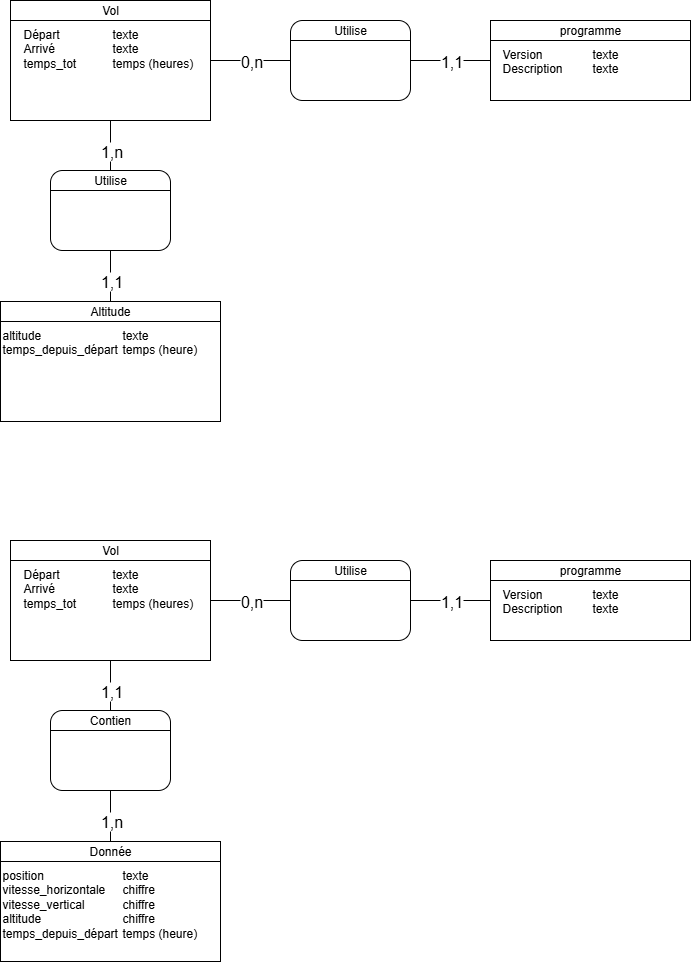
Before: docs/MCD/images.png, a diagram exported from draw.io (amaelrochat/MA-Metier_auto-pilot). Source tidied: cells renumbered, new cells last; positions are measured from the earlier drawing's top-left corner, leaving out a move shared by most shapes.
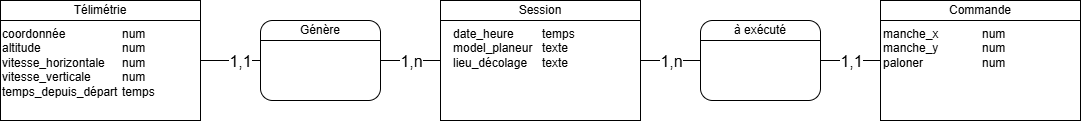
Later version of the same file.

Diff of the diagram source:
```diff
@@ -3,176 +3,90 @@
     <mxCell id="0" />
     <mxCell id="1" parent="0" />
     <mxCell id="2" value="&lt;div style=&quot;box-sizing: border-box ; width: 100% ; padding: 2px&quot;&gt;&lt;br&gt;&lt;/div&gt;" style="verticalAlign=top;align=center;overflow=fill;html=1;rounded=0;shadow=0;comic=0;labelBackgroundColor=none;strokeColor=#000000;strokeWidth=1;fillColor=#ffffff;fontFamily=Verdana;fontSize=12;fontColor=#000000;" parent="1" vertex="1">
-      <mxGeometry x="10" width="200" height="120" as="geometry" />
+      <mxGeometry x="360" y="-20" width="200" height="120" as="geometry" />
     </mxCell>
-    <mxCell id="3" style="edgeStyle=orthogonalEdgeStyle;html=1;labelBackgroundColor=none;startArrow=none;endArrow=none;fontFamily=Verdana;fontSize=12;align=left;exitX=1;exitY=0.5;exitDx=0;exitDy=0;entryX=0;entryY=0.5;entryDx=0;entryDy=0;startFill=0;endFill=0;rounded=0;" parent="1" edge="1" source="2" target="5">
-      <mxGeometry relative="1" as="geometry" />
-    </mxCell>
-    <mxCell id="4" value="0,n" style="text;html=1;align=center;verticalAlign=middle;labelBackgroundColor=#ffffff;direction=south;fontSize=16;" parent="3" vertex="1">
-      <mxGeometry x="-0.77" y="-1" relative="1" as="geometry">
-        <mxPoint x="31" y="-1" as="offset" />
-      </mxGeometry>
-    </mxCell>
-    <mxCell id="5" value="&lt;div style=&quot;box-sizing: border-box ; width: 100% ; padding: 2px&quot;&gt;&lt;br&gt;&lt;/div&gt;" style="verticalAlign=top;align=center;overflow=fill;html=1;rounded=1;shadow=0;comic=0;labelBackgroundColor=none;strokeColor=#000000;strokeWidth=1;fillColor=#ffffff;fontFamily=Verdana;fontSize=12;fontColor=#000000;" parent="1" vertex="1">
-      <mxGeometry x="290" y="20" width="120" height="80" as="geometry" />
-    </mxCell>
-    <mxCell id="6" style="edgeStyle=orthogonalEdgeStyle;rounded=0;jettySize=auto;html=1;startArrow=none;startFill=0;endArrow=none;endFill=0;" parent="1" edge="1" source="8" target="5">
-      <mxGeometry relative="1" as="geometry" />
-    </mxCell>
-    <mxCell id="7" value="1,1" style="text;html=1;align=center;verticalAlign=middle;labelBackgroundColor=#ffffff;fontSize=16;" parent="6" vertex="1">
-      <mxGeometry x="-0.65" relative="1" as="geometry">
-        <mxPoint x="-26" as="offset" />
-      </mxGeometry>
-    </mxCell>
-    <mxCell id="8" value="&lt;div style=&quot;box-sizing: border-box ; width: 100% ; padding: 2px&quot;&gt;&lt;br&gt;&lt;/div&gt;" style="verticalAlign=top;align=center;overflow=fill;html=1;rounded=0;shadow=0;comic=0;labelBackgroundColor=none;strokeColor=#000000;strokeWidth=1;fillColor=#ffffff;fontFamily=Verdana;fontSize=12;fontColor=#000000;" parent="1" vertex="1">
-      <mxGeometry x="490" y="20" width="200" height="80" as="geometry" />
-    </mxCell>
-    <mxCell id="9" value="Vol" style="rounded=0;whiteSpace=wrap;html=1;" parent="1" vertex="1">
-      <mxGeometry x="10" width="200" height="20" as="geometry" />
+    <mxCell id="9" value="Session" style="rounded=0;whiteSpace=wrap;html=1;" parent="1" vertex="1">
+      <mxGeometry x="360" y="-20" width="200" height="20" as="geometry" />
     </mxCell>
-    <mxCell id="10" value="programme" style="rounded=0;whiteSpace=wrap;html=1;" parent="1" vertex="1">
-      <mxGeometry x="490" y="20" width="200" height="20" as="geometry" />
-    </mxCell>
-    <mxCell id="11" value="Départ&lt;div&gt;Arrivé&lt;br&gt;&lt;/div&gt;&lt;div&gt;temps_tot&lt;/div&gt;" style="text;html=1;strokeColor=none;fillColor=none;align=left;verticalAlign=top;whiteSpace=wrap;rounded=0;" parent="1" vertex="1">
-      <mxGeometry x="21" y="20" width="90" height="90" as="geometry" />
+    <mxCell id="11" value="date_heure&lt;br&gt;model_planeur&lt;div&gt;lieu_décolage&lt;/div&gt;" style="text;html=1;strokeColor=none;fillColor=none;align=left;verticalAlign=top;whiteSpace=wrap;rounded=0;" parent="1" vertex="1">
+      <mxGeometry x="371" width="90" height="90" as="geometry" />
     </mxCell>
-    <mxCell id="12" value="texte&lt;div&gt;texte&lt;/div&gt;&lt;div&gt;temps (heures)&lt;/div&gt;" style="text;html=1;strokeColor=none;fillColor=none;align=left;verticalAlign=top;whiteSpace=wrap;rounded=0;" parent="1" vertex="1">
-      <mxGeometry x="110" y="20" width="100" height="80" as="geometry" />
+    <mxCell id="12" value="temps&lt;br&gt;&lt;div&gt;texte&lt;/div&gt;&lt;div&gt;texte&lt;/div&gt;" style="text;html=1;strokeColor=none;fillColor=none;align=left;verticalAlign=top;whiteSpace=wrap;rounded=0;" parent="1" vertex="1">
+      <mxGeometry x="460" width="97" height="80" as="geometry" />
     </mxCell>
-    <mxCell id="13" value="Version&lt;div&gt;Description&lt;/div&gt;" style="text;html=1;strokeColor=none;fillColor=none;align=left;verticalAlign=top;whiteSpace=wrap;rounded=0;" parent="1" vertex="1">
-      <mxGeometry x="500" y="40" width="90" height="20" as="geometry" />
-    </mxCell>
-    <mxCell id="14" value="texte&lt;div&gt;texte&lt;/div&gt;" style="text;html=1;strokeColor=none;fillColor=none;align=left;verticalAlign=top;whiteSpace=wrap;rounded=0;" parent="1" vertex="1">
-      <mxGeometry x="590" y="40" width="100" height="20" as="geometry" />
-    </mxCell>
-    <mxCell id="15" style="endArrow=none;html=1;entryX=1;entryY=0.25;entryDx=0;entryDy=0;exitX=0;exitY=0.25;exitDx=0;exitDy=0;" parent="1" edge="1" source="5" target="5">
-      <mxGeometry relative="1" as="geometry" />
-    </mxCell>
-    <mxCell id="16" value="Utilise" style="text;html=1;strokeColor=none;fillColor=none;align=center;verticalAlign=middle;whiteSpace=wrap;rounded=0;" parent="1" vertex="1">
-      <mxGeometry x="290" y="20" width="120" height="20" as="geometry" />
-    </mxCell>
     <mxCell id="17" value="&lt;div style=&quot;box-sizing: border-box ; width: 100% ; padding: 2px&quot;&gt;&lt;br&gt;&lt;/div&gt;" style="verticalAlign=top;align=center;overflow=fill;html=1;rounded=0;shadow=0;comic=0;labelBackgroundColor=none;strokeColor=#000000;strokeWidth=1;fillColor=#ffffff;fontFamily=Verdana;fontSize=12;fontColor=#000000;" parent="1" vertex="1">
-      <mxGeometry y="301" width="220" height="120" as="geometry" />
+      <mxGeometry x="-80" y="-20" width="200" height="120" as="geometry" />
     </mxCell>
-    <mxCell id="18" style="edgeStyle=orthogonalEdgeStyle;html=1;labelBackgroundColor=none;startArrow=none;endArrow=none;fontFamily=Verdana;fontSize=12;align=left;exitX=0.5;exitY=0;exitDx=0;exitDy=0;entryX=0.5;entryY=1;entryDx=0;entryDy=0;startFill=0;endFill=0;rounded=0;" parent="1" edge="1" source="21" target="20">
+    <mxCell id="18" style="edgeStyle=orthogonalEdgeStyle;html=1;labelBackgroundColor=none;startArrow=none;endArrow=none;fontFamily=Verdana;fontSize=12;align=left;exitX=1;exitY=0.5;exitDx=0;exitDy=0;entryX=0;entryY=0.5;entryDx=0;entryDy=0;startFill=0;endFill=0;rounded=0;" parent="1" edge="1" source="23" target="20">
       <mxGeometry relative="1" as="geometry" />
     </mxCell>
     <mxCell id="19" value="1,1" style="text;html=1;align=center;verticalAlign=middle;labelBackgroundColor=#ffffff;direction=south;fontSize=16;" parent="18" vertex="1">
       <mxGeometry x="-0.77" y="-1" relative="1" as="geometry">
-        <mxPoint x="-1" y="-15" as="offset" />
+        <mxPoint x="32" y="-1" as="offset" />
       </mxGeometry>
     </mxCell>
     <mxCell id="20" value="&lt;div style=&quot;box-sizing: border-box ; width: 100% ; padding: 2px&quot;&gt;&lt;br&gt;&lt;/div&gt;" style="verticalAlign=top;align=center;overflow=fill;html=1;rounded=1;shadow=0;comic=0;labelBackgroundColor=none;strokeColor=#000000;strokeWidth=1;fillColor=#ffffff;fontFamily=Verdana;fontSize=12;fontColor=#000000;" parent="1" vertex="1">
-      <mxGeometry x="50" y="170" width="120" height="80" as="geometry" />
+      <mxGeometry x="180" width="120" height="80" as="geometry" />
     </mxCell>
-    <mxCell id="21" value="Altitude" style="rounded=0;whiteSpace=wrap;html=1;" parent="1" vertex="1">
-      <mxGeometry y="301" width="220" height="20" as="geometry" />
+    <mxCell id="21" value="Télimétrie" style="rounded=0;whiteSpace=wrap;html=1;" parent="1" vertex="1">
+      <mxGeometry x="-80" y="-20" width="200" height="20" as="geometry" />
     </mxCell>
-    <mxCell id="22" value="altitude&lt;div&gt;temps_depuis_départ&lt;/div&gt;" style="text;html=1;strokeColor=none;fillColor=none;align=left;verticalAlign=top;whiteSpace=wrap;rounded=0;" parent="1" vertex="1">
-      <mxGeometry y="321" width="121" height="90" as="geometry" />
+    <mxCell id="22" value="coordonnée&lt;div&gt;altitude&lt;/div&gt;&lt;div&gt;vitesse_horizontale&lt;/div&gt;&lt;div&gt;vitesse_verticale&lt;br&gt;temps_depuis_départ&lt;/div&gt;" style="text;html=1;strokeColor=none;fillColor=none;align=left;verticalAlign=top;whiteSpace=wrap;rounded=0;" parent="1" vertex="1">
+      <mxGeometry x="-80" width="121" height="90" as="geometry" />
     </mxCell>
-    <mxCell id="23" value="texte&lt;div&gt;temps (heure)&lt;/div&gt;" style="text;html=1;strokeColor=none;fillColor=none;align=left;verticalAlign=top;whiteSpace=wrap;rounded=0;" parent="1" vertex="1">
-      <mxGeometry x="120" y="321" width="100" height="80" as="geometry" />
+    <mxCell id="23" value="num&lt;div&gt;num&lt;/div&gt;&lt;div&gt;num&lt;/div&gt;&lt;div&gt;num&lt;/div&gt;&lt;div&gt;temps&lt;/div&gt;" style="text;html=1;strokeColor=none;fillColor=none;align=left;verticalAlign=top;whiteSpace=wrap;rounded=0;" parent="1" vertex="1">
+      <mxGeometry x="40" width="80" height="80" as="geometry" />
     </mxCell>
     <mxCell id="24" style="endArrow=none;html=1;entryX=1;entryY=0.25;entryDx=0;entryDy=0;exitX=0;exitY=0.25;exitDx=0;exitDy=0;" parent="1" edge="1" source="20" target="20">
       <mxGeometry relative="1" as="geometry" />
     </mxCell>
-    <mxCell id="25" value="Utilise" style="text;html=1;strokeColor=none;fillColor=none;align=center;verticalAlign=middle;whiteSpace=wrap;rounded=0;" parent="1" vertex="1">
-      <mxGeometry x="50" y="170" width="120" height="20" as="geometry" />
+    <mxCell id="25" value="Génère" style="text;html=1;strokeColor=none;fillColor=none;align=center;verticalAlign=middle;whiteSpace=wrap;rounded=0;" parent="1" vertex="1">
+      <mxGeometry x="180" width="120" height="20" as="geometry" />
     </mxCell>
-    <mxCell id="26" style="edgeStyle=orthogonalEdgeStyle;html=1;labelBackgroundColor=none;startArrow=none;endArrow=none;fontFamily=Verdana;fontSize=12;align=left;exitX=0.5;exitY=1;exitDx=0;exitDy=0;entryX=0.5;entryY=0;entryDx=0;entryDy=0;startFill=0;endFill=0;rounded=0;" parent="1" edge="1" source="2" target="25">
+    <mxCell id="26" style="edgeStyle=orthogonalEdgeStyle;html=1;labelBackgroundColor=none;startArrow=none;endArrow=none;fontFamily=Verdana;fontSize=12;align=left;exitX=0;exitY=0.5;exitDx=0;exitDy=0;entryX=1;entryY=0.5;entryDx=0;entryDy=0;startFill=0;endFill=0;rounded=0;" parent="1" edge="1" source="2" target="20">
       <mxGeometry relative="1" as="geometry" />
     </mxCell>
     <mxCell id="27" value="1,n" style="text;html=1;align=center;verticalAlign=middle;labelBackgroundColor=#ffffff;direction=south;fontSize=16;" parent="26" vertex="1">
       <mxGeometry x="-0.77" y="-1" relative="1" as="geometry">
-        <mxPoint x="1" y="24" as="offset" />
+        <mxPoint x="-23" y="1" as="offset" />
       </mxGeometry>
     </mxCell>
-    <mxCell id="28" value="&lt;div style=&quot;box-sizing: border-box ; width: 100% ; padding: 2px&quot;&gt;&lt;br&gt;&lt;/div&gt;" style="verticalAlign=top;align=center;overflow=fill;html=1;rounded=0;shadow=0;comic=0;labelBackgroundColor=none;strokeColor=#000000;strokeWidth=1;fillColor=#ffffff;fontFamily=Verdana;fontSize=12;fontColor=#000000;" parent="1" vertex="1">
-      <mxGeometry x="10" y="540" width="200" height="120" as="geometry" />
-    </mxCell>
-    <mxCell id="29" style="edgeStyle=orthogonalEdgeStyle;html=1;labelBackgroundColor=none;startArrow=none;endArrow=none;fontFamily=Verdana;fontSize=12;align=left;exitX=1;exitY=0.5;exitDx=0;exitDy=0;entryX=0;entryY=0.5;entryDx=0;entryDy=0;startFill=0;endFill=0;rounded=0;" parent="1" edge="1" source="28" target="31">
-      <mxGeometry relative="1" as="geometry" />
-    </mxCell>
-    <mxCell id="30" value="0,n" style="text;html=1;align=center;verticalAlign=middle;labelBackgroundColor=#ffffff;direction=south;fontSize=16;" parent="29" vertex="1">
-      <mxGeometry x="-0.77" y="-1" relative="1" as="geometry">
-        <mxPoint x="31" y="-1" as="offset" />
-      </mxGeometry>
-    </mxCell>
-    <mxCell id="31" value="&lt;div style=&quot;box-sizing: border-box ; width: 100% ; padding: 2px&quot;&gt;&lt;br&gt;&lt;/div&gt;" style="verticalAlign=top;align=center;overflow=fill;html=1;rounded=1;shadow=0;comic=0;labelBackgroundColor=none;strokeColor=#000000;strokeWidth=1;fillColor=#ffffff;fontFamily=Verdana;fontSize=12;fontColor=#000000;" parent="1" vertex="1">
-      <mxGeometry x="290" y="560" width="120" height="80" as="geometry" />
-    </mxCell>
-    <mxCell id="32" style="edgeStyle=orthogonalEdgeStyle;rounded=0;jettySize=auto;html=1;startArrow=none;startFill=0;endArrow=none;endFill=0;" parent="1" edge="1" source="34" target="31">
-      <mxGeometry relative="1" as="geometry" />
-    </mxCell>
-    <mxCell id="33" value="1,1" style="text;html=1;align=center;verticalAlign=middle;labelBackgroundColor=#ffffff;fontSize=16;" parent="32" vertex="1">
-      <mxGeometry x="-0.65" relative="1" as="geometry">
-        <mxPoint x="-26" as="offset" />
-      </mxGeometry>
-    </mxCell>
-    <mxCell id="34" value="&lt;div style=&quot;box-sizing: border-box ; width: 100% ; padding: 2px&quot;&gt;&lt;br&gt;&lt;/div&gt;" style="verticalAlign=top;align=center;overflow=fill;html=1;rounded=0;shadow=0;comic=0;labelBackgroundColor=none;strokeColor=#000000;strokeWidth=1;fillColor=#ffffff;fontFamily=Verdana;fontSize=12;fontColor=#000000;" parent="1" vertex="1">
-      <mxGeometry x="490" y="560" width="200" height="80" as="geometry" />
-    </mxCell>
-    <mxCell id="35" value="Vol" style="rounded=0;whiteSpace=wrap;html=1;" parent="1" vertex="1">
-      <mxGeometry x="10" y="540" width="200" height="20" as="geometry" />
-    </mxCell>
-    <mxCell id="36" value="programme" style="rounded=0;whiteSpace=wrap;html=1;" parent="1" vertex="1">
-      <mxGeometry x="490" y="560" width="200" height="20" as="geometry" />
-    </mxCell>
-    <mxCell id="37" value="Départ&lt;div&gt;Arrivé&lt;br&gt;&lt;/div&gt;&lt;div&gt;temps_tot&lt;/div&gt;" style="text;html=1;strokeColor=none;fillColor=none;align=left;verticalAlign=top;whiteSpace=wrap;rounded=0;" parent="1" vertex="1">
-      <mxGeometry x="21" y="560" width="90" height="90" as="geometry" />
-    </mxCell>
-    <mxCell id="38" value="texte&lt;div&gt;texte&lt;/div&gt;&lt;div&gt;temps (heures)&lt;/div&gt;" style="text;html=1;strokeColor=none;fillColor=none;align=left;verticalAlign=top;whiteSpace=wrap;rounded=0;" parent="1" vertex="1">
-      <mxGeometry x="110" y="560" width="100" height="80" as="geometry" />
-    </mxCell>
-    <mxCell id="39" value="Version&lt;div&gt;Description&lt;/div&gt;" style="text;html=1;strokeColor=none;fillColor=none;align=left;verticalAlign=top;whiteSpace=wrap;rounded=0;" parent="1" vertex="1">
-      <mxGeometry x="500" y="580" width="90" height="20" as="geometry" />
-    </mxCell>
-    <mxCell id="40" value="texte&lt;div&gt;texte&lt;/div&gt;" style="text;html=1;strokeColor=none;fillColor=none;align=left;verticalAlign=top;whiteSpace=wrap;rounded=0;" parent="1" vertex="1">
-      <mxGeometry x="590" y="580" width="100" height="20" as="geometry" />
-    </mxCell>
-    <mxCell id="41" style="endArrow=none;html=1;entryX=1;entryY=0.25;entryDx=0;entryDy=0;exitX=0;exitY=0.25;exitDx=0;exitDy=0;" parent="1" edge="1" source="31" target="31">
-      <mxGeometry relative="1" as="geometry" />
-    </mxCell>
-    <mxCell id="42" value="Utilise" style="text;html=1;strokeColor=none;fillColor=none;align=center;verticalAlign=middle;whiteSpace=wrap;rounded=0;" parent="1" vertex="1">
-      <mxGeometry x="290" y="560" width="120" height="20" as="geometry" />
-    </mxCell>
-    <mxCell id="43" value="&lt;div style=&quot;box-sizing: border-box ; width: 100% ; padding: 2px&quot;&gt;&lt;br&gt;&lt;/div&gt;" style="verticalAlign=top;align=center;overflow=fill;html=1;rounded=0;shadow=0;comic=0;labelBackgroundColor=none;strokeColor=#000000;strokeWidth=1;fillColor=#ffffff;fontFamily=Verdana;fontSize=12;fontColor=#000000;" parent="1" vertex="1">
-      <mxGeometry y="841" width="220" height="120" as="geometry" />
-    </mxCell>
-    <mxCell id="44" style="edgeStyle=orthogonalEdgeStyle;html=1;labelBackgroundColor=none;startArrow=none;endArrow=none;fontFamily=Verdana;fontSize=12;align=left;exitX=0.5;exitY=0;exitDx=0;exitDy=0;entryX=0.5;entryY=1;entryDx=0;entryDy=0;startFill=0;endFill=0;rounded=0;" parent="1" edge="1" source="47" target="46">
-      <mxGeometry relative="1" as="geometry" />
-    </mxCell>
+    <mxCell id="54" value="&lt;div style=&quot;box-sizing: border-box ; width: 100% ; padding: 2px&quot;&gt;&lt;br&gt;&lt;/div&gt;" style="verticalAlign=top;align=center;overflow=fill;html=1;rounded=0;shadow=0;comic=0;labelBackgroundColor=none;strokeColor=#000000;strokeWidth=1;fillColor=#ffffff;fontFamily=Verdana;fontSize=12;fontColor=#000000;" parent="1" vertex="1">
+      <mxGeometry x="800" y="-20" width="200" height="120" as="geometry" />
+    </mxCell>
+    <mxCell id="55" style="edgeStyle=orthogonalEdgeStyle;html=1;labelBackgroundColor=none;startArrow=none;endArrow=none;fontFamily=Verdana;fontSize=12;align=left;entryX=1;entryY=0.5;entryDx=0;entryDy=0;startFill=0;endFill=0;rounded=0;exitX=0;exitY=0.5;exitDx=0;exitDy=0;" parent="1" edge="1" source="54" target="56">
+      <mxGeometry relative="1" as="geometry" />
+    </mxCell>
+    <mxCell id="53" value="1,1" style="text;html=1;align=center;verticalAlign=middle;labelBackgroundColor=#ffffff;direction=south;fontSize=16;" parent="55" vertex="1">
+      <mxGeometry x="-0.77" y="-1" relative="1" as="geometry">
+        <mxPoint x="-23" y="1" as="offset" />
+      </mxGeometry>
+    </mxCell>
+    <mxCell id="56" value="&lt;div style=&quot;box-sizing: border-box ; width: 100% ; padding: 2px&quot;&gt;&lt;br&gt;&lt;/div&gt;" style="verticalAlign=top;align=center;overflow=fill;html=1;rounded=1;shadow=0;comic=0;labelBackgroundColor=none;strokeColor=#000000;strokeWidth=1;fillColor=#ffffff;fontFamily=Verdana;fontSize=12;fontColor=#000000;" parent="1" vertex="1">
+      <mxGeometry x="620" width="120" height="80" as="geometry" />
+    </mxCell>
+    <mxCell id="57" value="Commande" style="rounded=0;whiteSpace=wrap;html=1;" parent="1" vertex="1">
+      <mxGeometry x="800" y="-20" width="200" height="20" as="geometry" />
+    </mxCell>
+    <mxCell id="58" value="manche_&lt;span style=&quot;background-color: transparent; color: light-dark(rgb(0, 0, 0), rgb(255, 255, 255));&quot;&gt;x&lt;/span&gt;&lt;div&gt;&lt;span style=&quot;background-color: transparent; color: light-dark(rgb(0, 0, 0), rgb(255, 255, 255));&quot;&gt;manche_y&lt;/span&gt;&lt;/div&gt;&lt;div&gt;&lt;span style=&quot;background-color: transparent; color: light-dark(rgb(0, 0, 0), rgb(255, 255, 255));&quot;&gt;paloner&lt;/span&gt;&lt;/div&gt;" style="text;html=1;strokeColor=none;fillColor=none;align=left;verticalAlign=top;whiteSpace=wrap;rounded=0;" parent="1" vertex="1">
+      <mxGeometry x="801" width="99" height="90" as="geometry" />
+    </mxCell>
+    <mxCell id="59" value="num&lt;div&gt;num&lt;/div&gt;&lt;div&gt;num&lt;/div&gt;" style="text;html=1;strokeColor=none;fillColor=none;align=left;verticalAlign=top;whiteSpace=wrap;rounded=0;" parent="1" vertex="1">
+      <mxGeometry x="900" width="100" height="80" as="geometry" />
+    </mxCell>
+    <mxCell id="60" style="endArrow=none;html=1;entryX=1;entryY=0.25;entryDx=0;entryDy=0;exitX=0;exitY=0.25;exitDx=0;exitDy=0;" parent="1" edge="1" source="56" target="56">
+      <mxGeometry relative="1" as="geometry" />
+    </mxCell>
+    <mxCell id="61" value="à exécuté" style="text;html=1;strokeColor=none;fillColor=none;align=center;verticalAlign=middle;whiteSpace=wrap;rounded=0;" parent="1" vertex="1">
+      <mxGeometry x="620" width="120" height="20" as="geometry" />
+    </mxCell>
+    <mxCell id="62" style="edgeStyle=orthogonalEdgeStyle;html=1;labelBackgroundColor=none;startArrow=none;endArrow=none;fontFamily=Verdana;fontSize=12;align=left;startFill=0;endFill=0;rounded=0;exitX=1;exitY=0.5;exitDx=0;exitDy=0;" parent="1" edge="1" source="2" target="56">
+      <mxGeometry relative="1" as="geometry" />
+    </mxCell>
-    <mxCell id="45" value="1,n" style="text;html=1;align=center;verticalAlign=middle;labelBackgroundColor=#ffffff;direction=south;fontSize=16;" parent="44" vertex="1">
+    <mxCell id="45" value="1,n" style="text;html=1;align=center;verticalAlign=middle;labelBackgroundColor=#ffffff;direction=south;fontSize=16;" parent="62" vertex="1">
       <mxGeometry x="-0.77" y="-1" relative="1" as="geometry">
-        <mxPoint x="-1" y="-15" as="offset" />
+        <mxPoint x="23" y="-1" as="offset" />
       </mxGeometry>
     </mxCell>
-    <mxCell id="46" value="&lt;div style=&quot;box-sizing: border-box ; width: 100% ; padding: 2px&quot;&gt;&lt;br&gt;&lt;/div&gt;" style="verticalAlign=top;align=center;overflow=fill;html=1;rounded=1;shadow=0;comic=0;labelBackgroundColor=none;strokeColor=#000000;strokeWidth=1;fillColor=#ffffff;fontFamily=Verdana;fontSize=12;fontColor=#000000;" parent="1" vertex="1">
-      <mxGeometry x="50" y="710" width="120" height="80" as="geometry" />
-    </mxCell>
-    <mxCell id="47" value="Donnée" style="rounded=0;whiteSpace=wrap;html=1;" parent="1" vertex="1">
-      <mxGeometry y="841" width="220" height="20" as="geometry" />
-    </mxCell>
-    <mxCell id="48" value="&lt;div&gt;position&lt;/div&gt;&lt;div&gt;vitesse_horizontale&lt;/div&gt;&lt;div&gt;vitesse_vertical&lt;/div&gt;altitude&lt;div&gt;temps_depuis_départ&lt;/div&gt;" style="text;html=1;strokeColor=none;fillColor=none;align=left;verticalAlign=top;whiteSpace=wrap;rounded=0;" parent="1" vertex="1">
-      <mxGeometry y="861" width="121" height="90" as="geometry" />
-    </mxCell>
-    <mxCell id="49" value="texte&lt;div&gt;chiffre&lt;/div&gt;&lt;div&gt;chiffre&lt;/div&gt;&lt;div&gt;chiffre&lt;br&gt;&lt;div&gt;temps (heure)&lt;/div&gt;&lt;/div&gt;" style="text;html=1;strokeColor=none;fillColor=none;align=left;verticalAlign=top;whiteSpace=wrap;rounded=0;" parent="1" vertex="1">
-      <mxGeometry x="120" y="861" width="100" height="80" as="geometry" />
-    </mxCell>
-    <mxCell id="50" style="endArrow=none;html=1;entryX=1;entryY=0.25;entryDx=0;entryDy=0;exitX=0;exitY=0.25;exitDx=0;exitDy=0;" parent="1" edge="1" source="46" target="46">
-      <mxGeometry relative="1" as="geometry" />
-    </mxCell>
-    <mxCell id="51" value="Contien" style="text;html=1;strokeColor=none;fillColor=none;align=center;verticalAlign=middle;whiteSpace=wrap;rounded=0;" parent="1" vertex="1">
-      <mxGeometry x="50" y="710" width="120" height="20" as="geometry" />
-    </mxCell>
-    <mxCell id="52" style="edgeStyle=orthogonalEdgeStyle;html=1;labelBackgroundColor=none;startArrow=none;endArrow=none;fontFamily=Verdana;fontSize=12;align=left;exitX=0.5;exitY=1;exitDx=0;exitDy=0;entryX=0.5;entryY=0;entryDx=0;entryDy=0;startFill=0;endFill=0;rounded=0;" parent="1" edge="1" source="28" target="51">
-      <mxGeometry relative="1" as="geometry" />
-    </mxCell>
-    <mxCell id="53" value="1,1" style="text;html=1;align=center;verticalAlign=middle;labelBackgroundColor=#ffffff;direction=south;fontSize=16;" parent="52" vertex="1">
-      <mxGeometry x="-0.77" y="-1" relative="1" as="geometry">
-        <mxPoint x="1" y="24" as="offset" />
-      </mxGeometry>
-    </mxCell>
   </root>
 </mxGraphModel>
```
